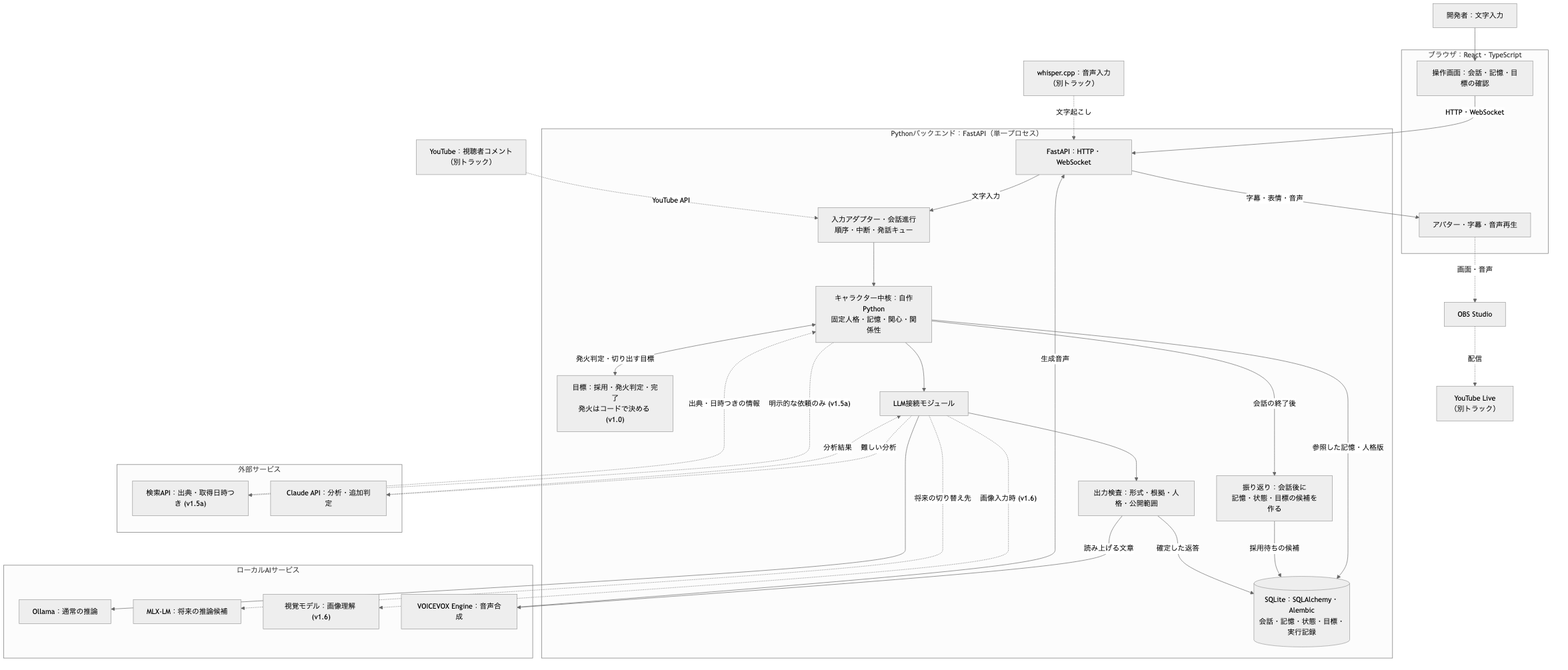
Earlier version of the Mermaid export images/architecture.png (shiki-tak/YUI). Its source is kept beside it as docs/design/architecture.mmd.
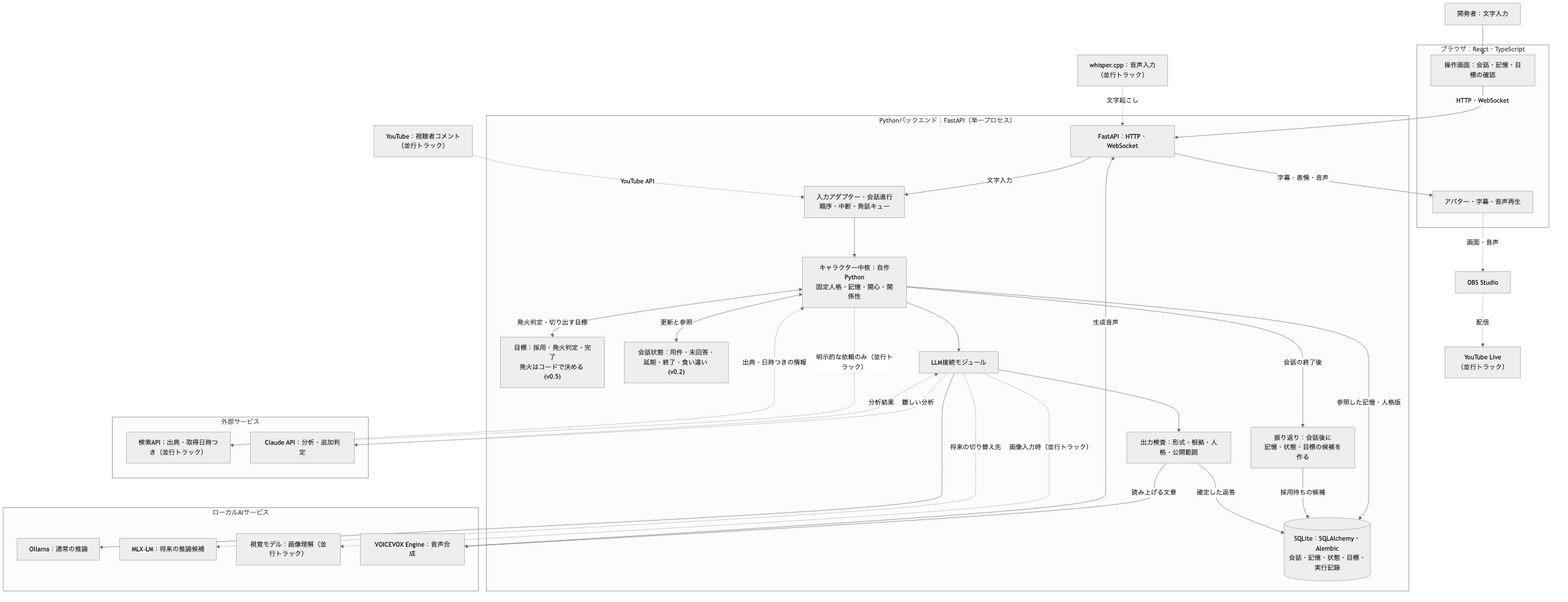
The same diagram one commit later.

The edit, as a diff of the source:
```diff
@@ -10,14 +10,15 @@
         AVATAR["アバター・字幕・音声再生"]
     end
 
-    YTIN["YouTube：視聴者コメント<br/>（別トラック）"]
-    WHISPER["whisper.cpp：音声入力<br/>（別トラック）"]
+    YTIN["YouTube：視聴者コメント<br/>（並行トラック）"]
+    WHISPER["whisper.cpp：音声入力<br/>（並行トラック）"]
 
     subgraph BACKEND["Pythonバックエンド：FastAPI（単一プロセス）"]
         API["FastAPI：HTTP・WebSocket"]
         INPUT["入力アダプター・会話進行<br/>順序・中断・発話キュー"]
         AGENT["キャラクター中核：自作Python<br/>固定人格・記憶・関心・関係性"]
-        GOAL["目標：採用・発火判定・完了<br/>発火はコードで決める (v1.0)"]
+        GOAL["目標：採用・発火判定・完了<br/>発火はコードで決める (v0.5)"]
+        CONV["会話状態：用件・未回答・延期・終了・食い違い (v0.2)"]
         REFLECT["振り返り：会話後に<br/>記憶・状態・目標の候補を作る"]
         LLMMOD["LLM接続モジュール"]
         CHECK["出力検査：形式・根拠・人格・公開範囲"]
@@ -27,17 +28,17 @@
     subgraph LOCALAI["ローカルAIサービス"]
         OLLAMA["Ollama：通常の推論"]
         MLX["MLX-LM：将来の推論候補"]
-        VISION["視覚モデル：画像理解 (v1.6)"]
+        VISION["視覚モデル：画像理解（並行トラック）"]
         VOICEVOX["VOICEVOX Engine：音声合成"]
     end
 
     subgraph EXTERNAL["外部サービス"]
-        SEARCH["検索API：出典・取得日時つき (v1.5a)"]
+        SEARCH["検索API：出典・取得日時つき（並行トラック）"]
         CLAUDE["Claude API：分析・追加判定"]
     end
 
     OBS["OBS Studio"]
-    YTLIVE["YouTube Live<br/>（別トラック）"]
+    YTLIVE["YouTube Live<br/>（並行トラック）"]
 
     ME --> UI
     UI -- "HTTP・WebSocket" --> API
@@ -46,14 +47,15 @@
     WHISPER -. "文字起こし" .-> API
     INPUT --> AGENT
     AGENT <-- "発火判定・切り出す目標" --> GOAL
+    AGENT <-- "更新と参照" --> CONV
     AGENT --> LLMMOD
     AGENT -- "参照した記憶・人格版" --> DB
     AGENT -- "会話の終了後" --> REFLECT
     REFLECT -- "採用待ちの候補" --> DB
     LLMMOD --> OLLAMA
     LLMMOD -. "将来の切り替え先" .-> MLX
-    LLMMOD -. "画像入力時 (v1.6)" .-> VISION
-    AGENT -. "明示的な依頼のみ (v1.5a)" .-> SEARCH
+    LLMMOD -. "画像入力時（並行トラック）" .-> VISION
+    AGENT -. "明示的な依頼のみ（並行トラック）" .-> SEARCH
     SEARCH -. "出典・日時つきの情報" .-> AGENT
     LLMMOD -. "難しい分析" .-> CLAUDE
     CLAUDE -. "分析結果" .-> LLMMOD
```
